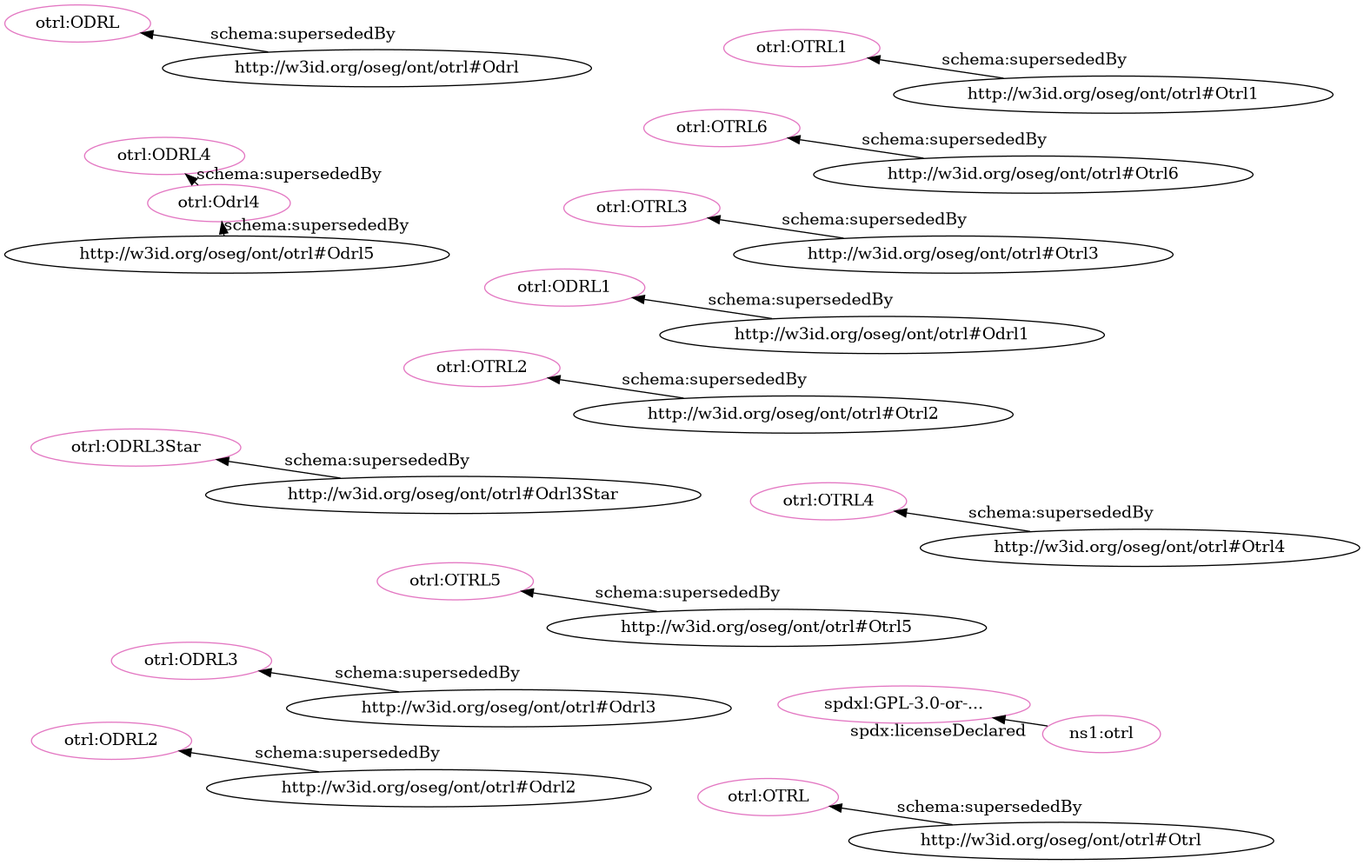
The Graphviz diagram src/spec/fdp_otrl_deprecated-clean.png in iop-alliance/OpenKnowHow, before a commit. Its source is kept beside it as src/spec/fdp_otrl_deprecated-clean.dot.
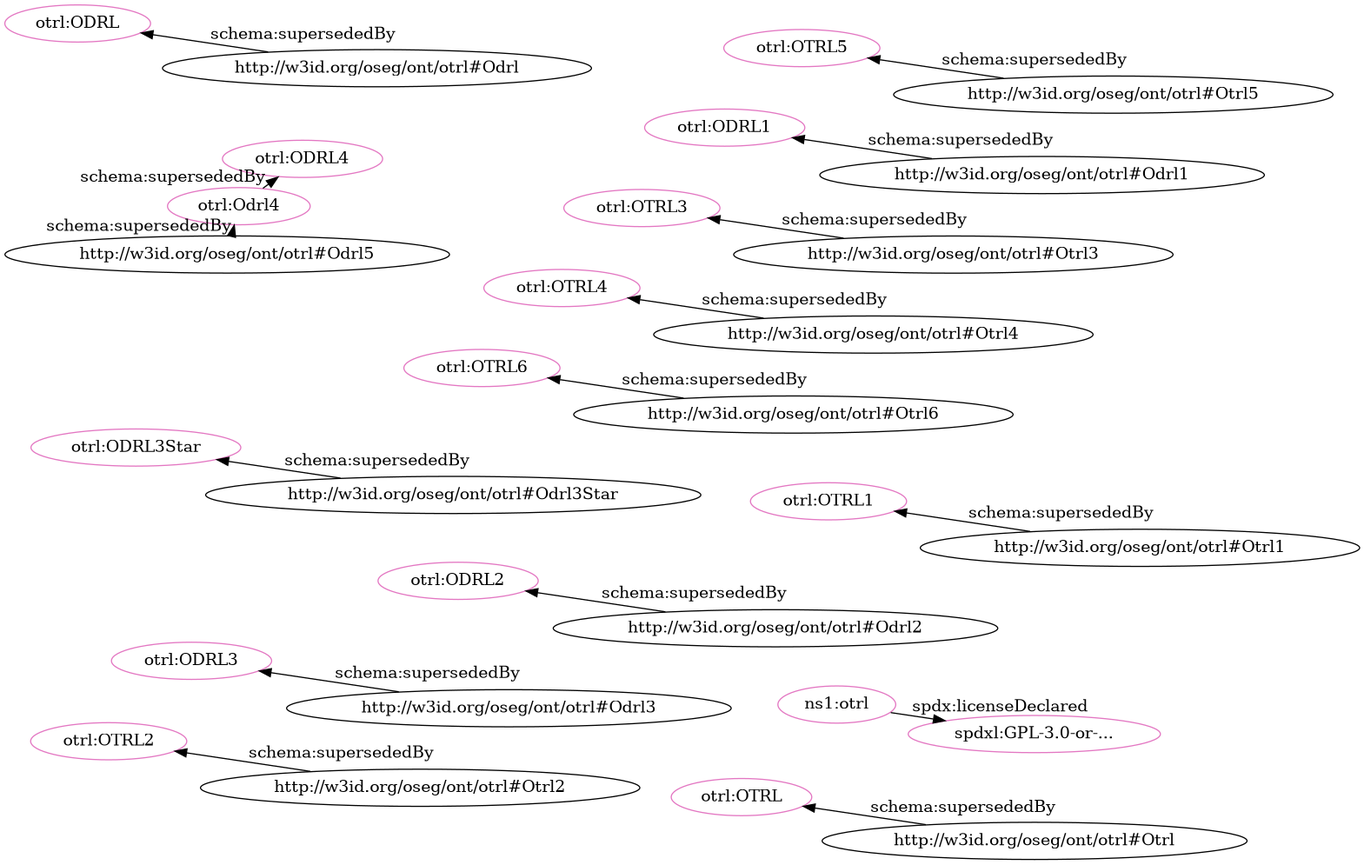
The same diagram one commit later.

Change to the diagram source:
```diff
@@ -1,35 +1,35 @@
 digraph G {
   rankdir=BT
   node[height=.3]
+"http://w3id.org/oseg/ont/otrl#ODRL3Star" [fillcolor="#e377c2" color="#e377c2" label="otrl:ODRL3Star"]
+"http://w3id.org/oseg/ont/otrl#OTRL6" [fillcolor="#e377c2" color="#e377c2" label="otrl:OTRL6"]
+"http://w3id.org/oseg/ont/otrl#OTRL4" [fillcolor="#e377c2" color="#e377c2" label="otrl:OTRL4"]
+"http://w3id.org/oseg/ont/otrl#ODRL2" [fillcolor="#e377c2" color="#e377c2" label="otrl:ODRL2"]
+"http://w3id.org/oseg/ont/otrl#Odrl4" [fillcolor="#e377c2" color="#e377c2" label="otrl:Odrl4"]
+"http://w3id.org/oseg/ont/otrl#ODRL4" [fillcolor="#e377c2" color="#e377c2" label="otrl:ODRL4"]
+"http://w3id.org/oseg/ont/otrl" [fillcolor="#e377c2" color="#e377c2" label="ns1:otrl"]
+"http://w3id.org/oseg/ont/otrl#OTRL3" [fillcolor="#e377c2" color="#e377c2" label="otrl:OTRL3"]
+"http://w3id.org/oseg/ont/otrl#ODRL1" [fillcolor="#e377c2" color="#e377c2" label="otrl:ODRL1"]
+"http://w3id.org/oseg/ont/otrl#ODRL3" [fillcolor="#e377c2" color="#e377c2" label="otrl:ODRL3"]
+"http://w3id.org/oseg/ont/otrl#OTRL5" [fillcolor="#e377c2" color="#e377c2" label="otrl:OTRL5"]
 "http://w3id.org/oseg/ont/otrl#OTRL" [fillcolor="#e377c2" color="#e377c2" label="otrl:OTRL"]
 "http://w3id.org/oseg/ont/otrl#OTRL2" [fillcolor="#e377c2" color="#e377c2" label="otrl:OTRL2"]
-"http://w3id.org/oseg/ont/otrl#ODRL1" [fillcolor="#e377c2" color="#e377c2" label="otrl:ODRL1"]
-"http://w3id.org/oseg/ont/otrl#OTRL5" [fillcolor="#e377c2" color="#e377c2" label="otrl:OTRL5"]
-"http://w3id.org/oseg/ont/otrl#OTRL3" [fillcolor="#e377c2" color="#e377c2" label="otrl:OTRL3"]
-"http://w3id.org/oseg/ont/otrl#ODRL3Star" [fillcolor="#e377c2" color="#e377c2" label="otrl:ODRL3Star"]
-"http://w3id.org/oseg/ont/otrl#OTRL6" [fillcolor="#e377c2" color="#e377c2" label="otrl:OTRL6"]
-"http://w3id.org/oseg/ont/otrl#ODRL3" [fillcolor="#e377c2" color="#e377c2" label="otrl:ODRL3"]
-"http://w3id.org/oseg/ont/otrl#ODRL4" [fillcolor="#e377c2" color="#e377c2" label="otrl:ODRL4"]
+"http://w3id.org/oseg/ont/otrl#ODRL" [fillcolor="#e377c2" color="#e377c2" label="otrl:ODRL"]
 "http://w3id.org/oseg/ont/otrl#OTRL1" [fillcolor="#e377c2" color="#e377c2" label="otrl:OTRL1"]
 "http://spdx.org/licenses/GPL-3.0-or-later" [fillcolor="#e377c2" color="#e377c2" label="spdxl:GPL-3.0-or-..."]
-"http://w3id.org/oseg/ont/otrl#Odrl4" [fillcolor="#e377c2" color="#e377c2" label="otrl:Odrl4"]
-"http://w3id.org/oseg/ont/otrl#ODRL2" [fillcolor="#e377c2" color="#e377c2" label="otrl:ODRL2"]
-"http://w3id.org/oseg/ont/otrl#OTRL4" [fillcolor="#e377c2" color="#e377c2" label="otrl:OTRL4"]
-"http://w3id.org/oseg/ont/otrl#ODRL" [fillcolor="#e377c2" color="#e377c2" label="otrl:ODRL"]
-"http://w3id.org/oseg/ont/otrl" [fillcolor="#e377c2" color="#e377c2" label="ns1:otrl"]
+  "http://w3id.org/oseg/ont/otrl#Odrl3Star" -> "http://w3id.org/oseg/ont/otrl#ODRL3Star" [label="schema:supersededBy"]
+  "http://w3id.org/oseg/ont/otrl#Otrl6" -> "http://w3id.org/oseg/ont/otrl#OTRL6" [label="schema:supersededBy"]
+  "http://w3id.org/oseg/ont/otrl#Otrl4" -> "http://w3id.org/oseg/ont/otrl#OTRL4" [label="schema:supersededBy"]
+  "http://w3id.org/oseg/ont/otrl#Odrl2" -> "http://w3id.org/oseg/ont/otrl#ODRL2" [label="schema:supersededBy"]
+  "http://w3id.org/oseg/ont/otrl#Odrl5" -> "http://w3id.org/oseg/ont/otrl#Odrl4" [label="schema:supersededBy"]
+  "http://w3id.org/oseg/ont/otrl#Odrl4" -> "http://w3id.org/oseg/ont/otrl#ODRL4" [label="schema:supersededBy"]
+  "http://w3id.org/oseg/ont/otrl#Otrl3" -> "http://w3id.org/oseg/ont/otrl#OTRL3" [label="schema:supersededBy"]
+  "http://w3id.org/oseg/ont/otrl#Odrl1" -> "http://w3id.org/oseg/ont/otrl#ODRL1" [label="schema:supersededBy"]
+  "http://w3id.org/oseg/ont/otrl#Odrl3" -> "http://w3id.org/oseg/ont/otrl#ODRL3" [label="schema:supersededBy"]
+  "http://w3id.org/oseg/ont/otrl#Otrl5" -> "http://w3id.org/oseg/ont/otrl#OTRL5" [label="schema:supersededBy"]
   "http://w3id.org/oseg/ont/otrl#Otrl" -> "http://w3id.org/oseg/ont/otrl#OTRL" [label="schema:supersededBy"]
   "http://w3id.org/oseg/ont/otrl#Otrl2" -> "http://w3id.org/oseg/ont/otrl#OTRL2" [label="schema:supersededBy"]
-  "http://w3id.org/oseg/ont/otrl#Odrl1" -> "http://w3id.org/oseg/ont/otrl#ODRL1" [label="schema:supersededBy"]
-  "http://w3id.org/oseg/ont/otrl#Otrl5" -> "http://w3id.org/oseg/ont/otrl#OTRL5" [label="schema:supersededBy"]
-  "http://w3id.org/oseg/ont/otrl#Otrl3" -> "http://w3id.org/oseg/ont/otrl#OTRL3" [label="schema:supersededBy"]
-  "http://w3id.org/oseg/ont/otrl#Otrl6" -> "http://w3id.org/oseg/ont/otrl#OTRL6" [label="schema:supersededBy"]
-  "http://w3id.org/oseg/ont/otrl#Odrl3" -> "http://w3id.org/oseg/ont/otrl#ODRL3" [label="schema:supersededBy"]
-  "http://w3id.org/oseg/ont/otrl#Odrl4" -> "http://w3id.org/oseg/ont/otrl#ODRL4" [label="schema:supersededBy"]
+  "http://w3id.org/oseg/ont/otrl#Odrl" -> "http://w3id.org/oseg/ont/otrl#ODRL" [label="schema:supersededBy"]
+  "http://w3id.org/oseg/ont/otrl#Otrl1" -> "http://w3id.org/oseg/ont/otrl#OTRL1" [label="schema:supersededBy"]
   "http://w3id.org/oseg/ont/otrl" -> "http://spdx.org/licenses/GPL-3.0-or-later" [label="spdx:licenseDeclared"]
-  "http://w3id.org/oseg/ont/otrl#Odrl5" -> "http://w3id.org/oseg/ont/otrl#Odrl4" [label="schema:supersededBy"]
-  "http://w3id.org/oseg/ont/otrl#Odrl2" -> "http://w3id.org/oseg/ont/otrl#ODRL2" [label="schema:supersededBy"]
-  "http://w3id.org/oseg/ont/otrl#Otrl4" -> "http://w3id.org/oseg/ont/otrl#OTRL4" [label="schema:supersededBy"]
-  "http://w3id.org/oseg/ont/otrl#Odrl" -> "http://w3id.org/oseg/ont/otrl#ODRL" [label="schema:supersededBy"]
-  "http://w3id.org/oseg/ont/otrl#Odrl3Star" -> "http://w3id.org/oseg/ont/otrl#ODRL3Star" [label="schema:supersededBy"]
-  "http://w3id.org/oseg/ont/otrl#Otrl1" -> "http://w3id.org/oseg/ont/otrl#OTRL1" [label="schema:supersededBy"]
 }
```
